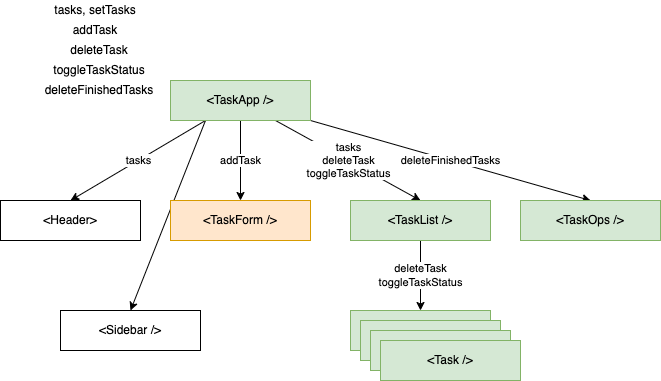
Earlier version of the draw.io export day-1/react-basics/concepts.dio.png (vinod-kayartaya/hpe-react-march-2024). Source tidied: cells renumbered, new cells last; positions are measured from the earlier drawing's top-left corner, leaving out a move shared by most shapes.
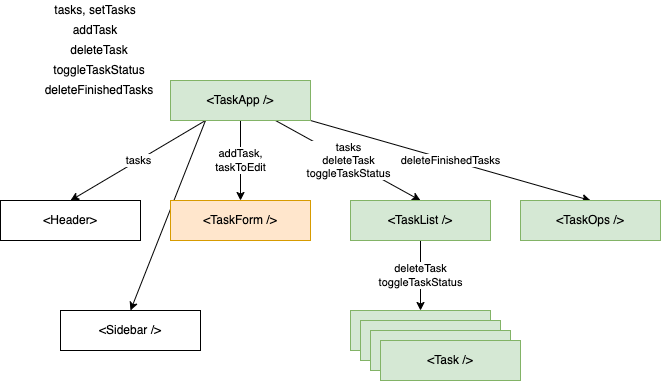
After the change.

Change to the diagram source:
```diff
@@ -5,7 +5,7 @@
     <mxCell id="2" value="tasks" style="edgeStyle=none;html=1;exitX=0.25;exitY=1;exitDx=0;exitDy=0;entryX=0.5;entryY=0;entryDx=0;entryDy=0;" parent="1" edge="1" source="7" target="8">
       <mxGeometry relative="1" as="geometry" />
     </mxCell>
-    <mxCell id="3" value="addTask" style="edgeStyle=none;html=1;exitX=0.5;exitY=1;exitDx=0;exitDy=0;" parent="1" edge="1" source="7" target="9">
+    <mxCell id="3" value="addTask,&lt;br&gt;taskToEdit" style="edgeStyle=none;html=1;exitX=0.5;exitY=1;exitDx=0;exitDy=0;" parent="1" edge="1" source="7" target="9">
       <mxGeometry relative="1" as="geometry" />
     </mxCell>
     <mxCell id="4" value="tasks&lt;br&gt;deleteTask&lt;br&gt;toggleTaskStatus" style="edgeStyle=none;html=1;exitX=0.75;exitY=1;exitDx=0;exitDy=0;entryX=0.5;entryY=0;entryDx=0;entryDy=0;" parent="1" edge="1" source="7" target="11">
```
